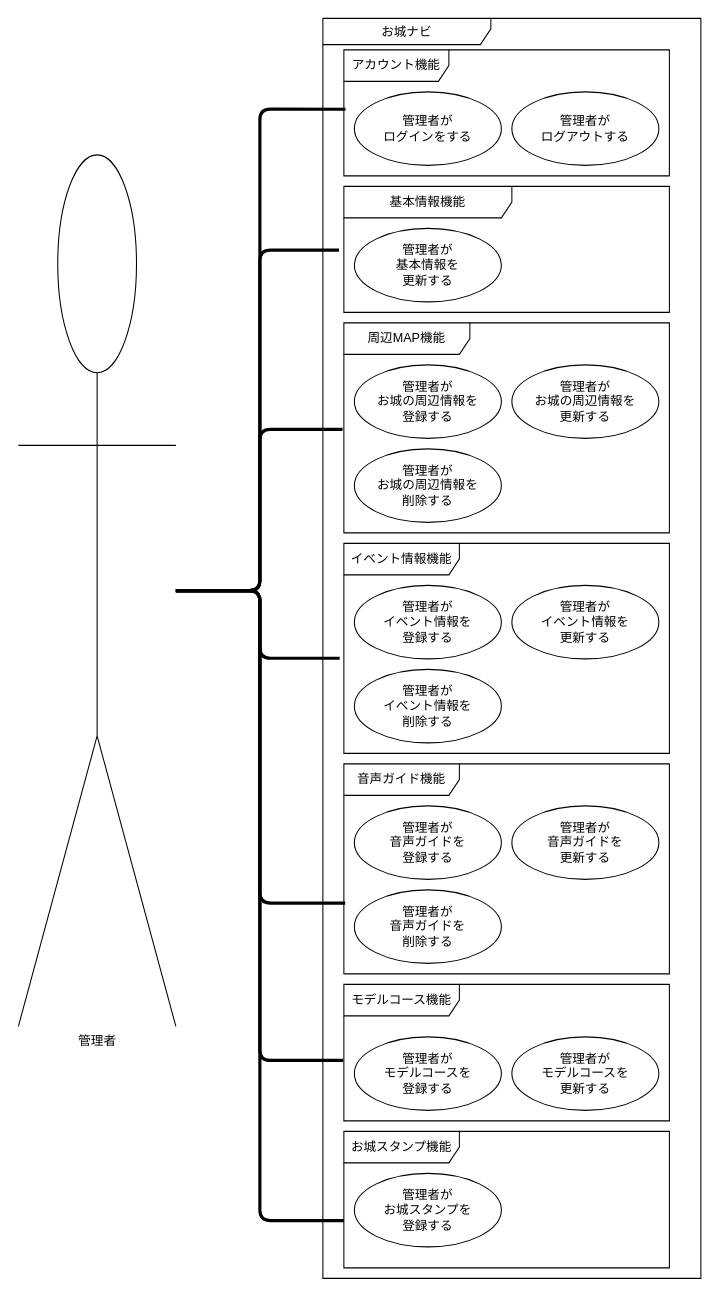
This is page "ユースケース図_管理者" (2 of 4) of お城/お城/設計書/お城.drawio from K-Rinrin/GroupE, a draw.io file, before an edit. Source tidied: cells renumbered, new cells numbered last; positions are measured from the earlier drawing's top-left corner, leaving out a move shared by most shapes. Both pictures are drawn from the tidied source at 105%, with x=0, y=0 at pixel (18, 18).
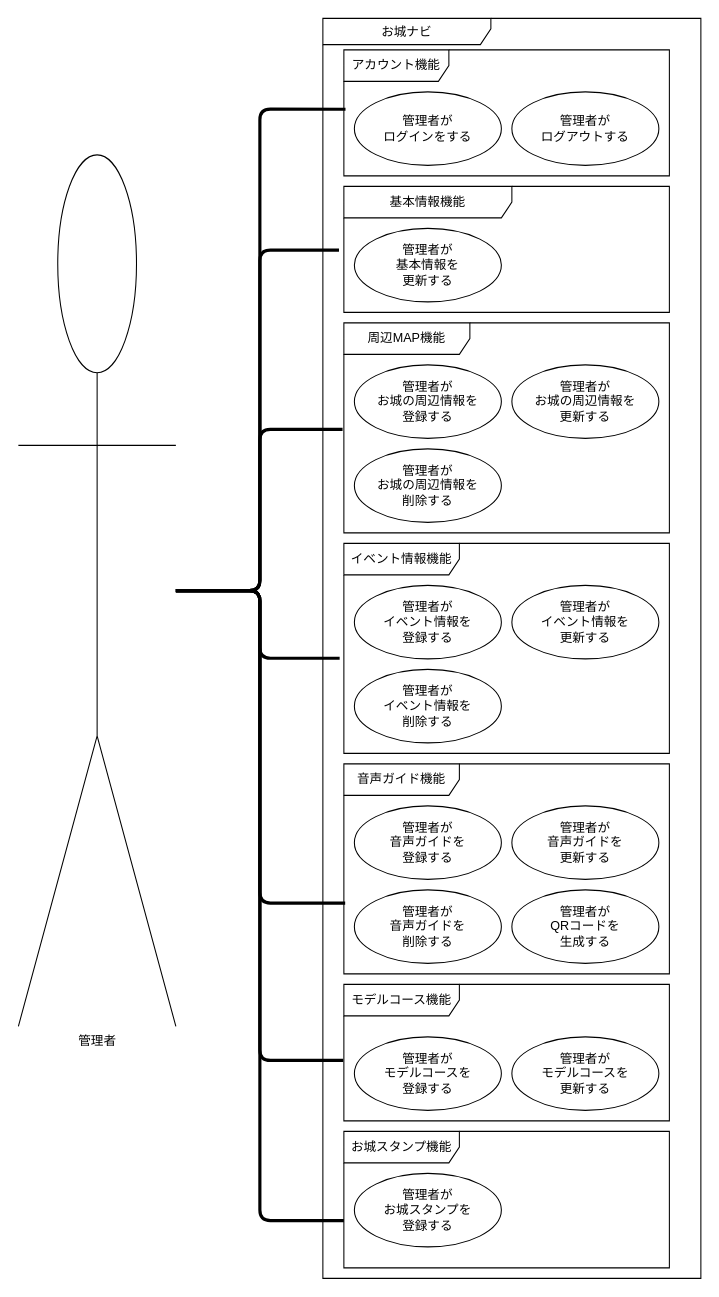
Above is the later version.

Diff of the diagram source:
```diff
@@
+    <mxCell id="33" value="管理者が&lt;br&gt;QRコードを&lt;br&gt;生成する" style="ellipse;whiteSpace=wrap;html=1;" parent="1" vertex="1">
+      <mxGeometry x="470" y="830" width="140" height="70" as="geometry" />
+    </mxCell>
```
